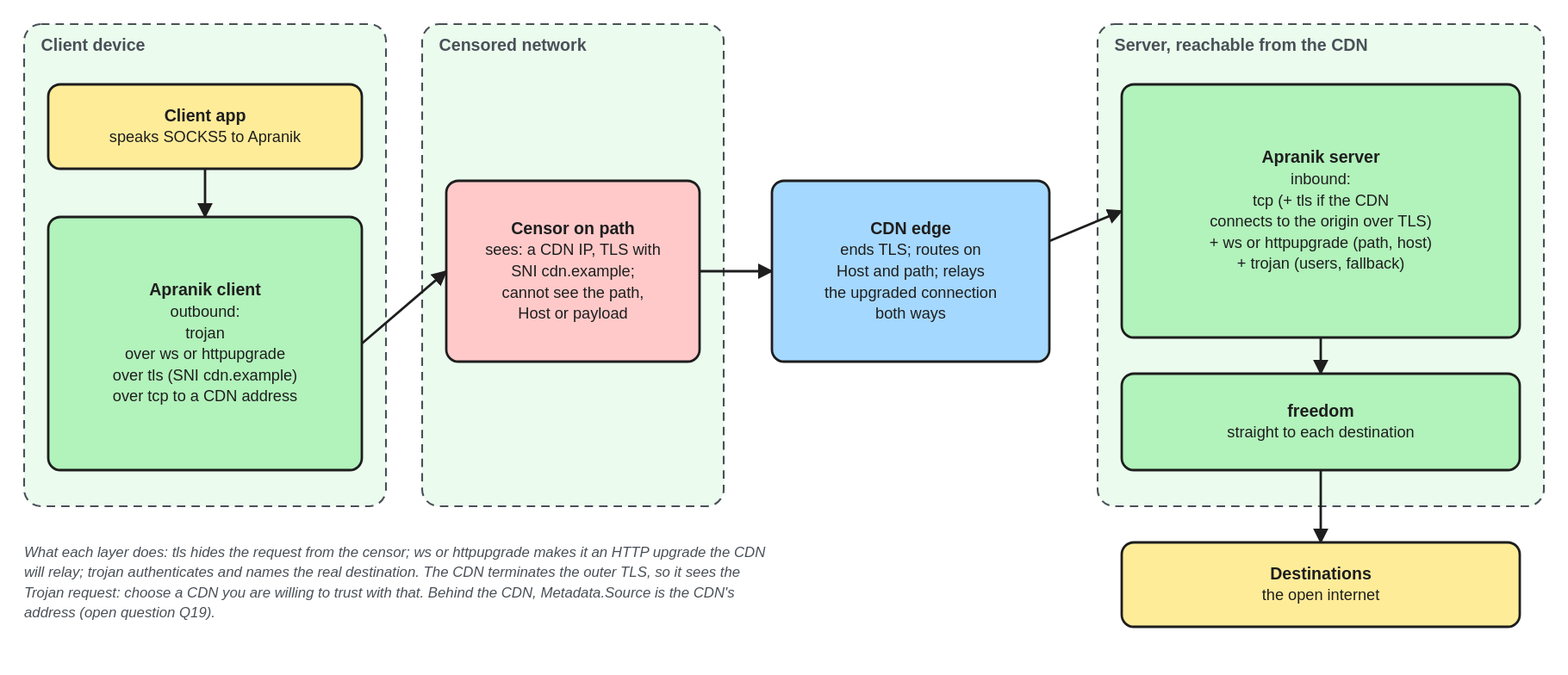
Above: docs/assets/diagrams/cdn-fronting.excalidraw.svg in we-apranik/apranik (Excalidraw), before the change. Source tidied: one line per element, renumbered; positions are measured from the earlier drawing's top-left corner, leaving out a move shared by most shapes.
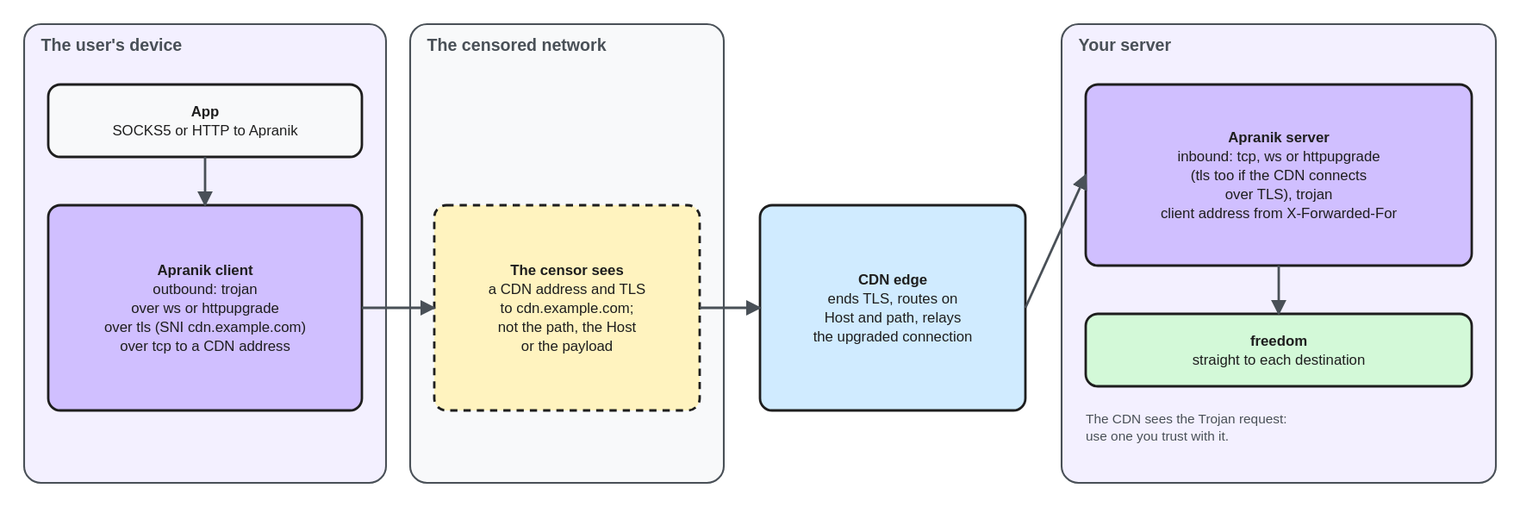
After the commit.

What changed in the source:
```diff
@@ -1,27 +1,24 @@
-{"id": 0, "type": "rectangle", "strokeColor": "#495057", "backgroundColor": "#ebfbee", "fillStyle": "solid", "strokeWidth": 1, "strokeStyle": "dashed", "roughness": 0, "round": true, "x": 0, "y": 0, "width": 300, "height": 400}
-{"id": 1, "type": "text", "text": "Client device", "strokeColor": "#495057", "strokeWidth": 2, "roughness": 0, "fontSize": 14, "fontFamily": 2, "verticalAlign": "middle", "x": 14, "y": 8, "width": 272, "height": 18}
-{"id": 2, "type": "rectangle", "strokeColor": "#1e1e1e", "backgroundColor": "#ffec99", "fillStyle": "solid", "strokeWidth": 2, "roughness": 0, "round": true, "x": 20, "y": 50, "width": 260, "height": 70}
-{"id": 3, "type": "text", "text": "Client app\nspeaks SOCKS5 to Apranik", "strokeColor": "#1e1e1e", "strokeWidth": 2, "roughness": 0, "fontSize": 13, "fontFamily": 2, "textAlign": "center", "verticalAlign": "middle", "inside": 2, "x": 20, "y": 50, "width": 260, "height": 32}
-{"id": 4, "type": "rectangle", "strokeColor": "#1e1e1e", "backgroundColor": "#b2f2bb", "fillStyle": "solid", "strokeWidth": 2, "roughness": 0, "round": true, "x": 20, "y": 160, "width": 260, "height": 210}
-{"id": 5, "type": "text", "text": "Apranik client\noutbound:\ntrojan\nover ws or httpupgrade\nover tls (SNI cdn.example)\nover tcp to a CDN address", "strokeColor": "#1e1e1e", "strokeWidth": 2, "roughness": 0, "fontSize": 13, "fontFamily": 2, "textAlign": "center", "verticalAlign": "middle", "inside": 4, "x": 20, "y": 160, "width": 260, "height": 98}
+{"id": 27, "type": "rectangle", "strokeColor": "#495057", "backgroundColor": "#f3f0ff", "fillStyle": "solid", "strokeWidth": 1, "roughness": 0, "round": true, "x": 0, "y": 0, "width": 300, "height": 380}
+{"id": 28, "type": "text", "text": "The user's device", "strokeColor": "#495057", "strokeWidth": 2, "roughness": 0, "fontSize": 14, "fontFamily": 2, "verticalAlign": "middle", "x": 14, "y": 8, "width": 272, "height": 18}
+{"id": 29, "type": "rectangle", "strokeColor": "#1e1e1e", "backgroundColor": "#f8f9fa", "fillStyle": "solid", "strokeWidth": 2, "roughness": 0, "round": true, "x": 20, "y": 50, "width": 260, "height": 60}
+{"id": 30, "type": "text", "text": "App\nSOCKS5 or HTTP to Apranik", "strokeColor": "#1e1e1e", "strokeWidth": 2, "roughness": 0, "fontSize": 12, "fontFamily": 2, "textAlign": "center", "verticalAlign": "middle", "inside": 29, "x": 20, "y": 65, "width": 260, "height": 30}
+{"id": 31, "type": "rectangle", "strokeColor": "#1e1e1e", "backgroundColor": "#d0bfff", "fillStyle": "solid", "strokeWidth": 2, "roughness": 0, "round": true, "x": 20, "y": 150, "width": 260, "height": 170}
+{"id": 32, "type": "text", "text": "Apranik client\noutbound: trojan\nover ws or httpupgrade\nover tls (SNI cdn.example.com)\nover tcp to a CDN address", "strokeColor": "#1e1e1e", "strokeWidth": 2, "roughness": 0, "fontSize": 12, "fontFamily": 2, "textAlign": "center", "verticalAlign": "middle", "inside": 31, "x": 20, "y": 198, "width": 260, "height": 75}
+{"id": 33, "type": "arrow", "strokeColor": "#495057", "strokeWidth": 2, "roughness": 0, "endArrowhead": "arrow", "from": 29, "to": 31, "x": 150, "y": 110, "width": 0, "height": 40, "points": [[0, 0], [0, 40]]}
+{"id": 34, "type": "rectangle", "strokeColor": "#495057", "backgroundColor": "#f8f9fa", "fillStyle": "solid", "strokeWidth": 1, "roughness": 0, "round": true, "x": 320, "y": 0, "width": 260, "height": 380}
+{"id": 35, "type": "text", "text": "The censored network", "strokeColor": "#495057", "strokeWidth": 2, "roughness": 0, "fontSize": 14, "fontFamily": 2, "verticalAlign": "middle", "x": 334, "y": 8, "width": 232, "height": 18}
+{"id": 36, "type": "rectangle", "strokeColor": "#1e1e1e", "backgroundColor": "#fff3bf", "fillStyle": "solid", "strokeWidth": 2, "strokeStyle": "dashed", "roughness": 0, "round": true, "x": 340, "y": 150, "width": 220, "height": 170}
+{"id": 37, "type": "text", "text": "The censor sees\na CDN address and TLS\nto cdn.example.com;\nnot the path, the Host\nor the payload", "strokeColor": "#1e1e1e", "strokeWidth": 2, "roughness": 0, "fontSize": 12, "fontFamily": 2, "textAlign": "center", "verticalAlign": "middle", "inside": 36, "x": 340, "y": 198, "width": 220, "height": 75}
+{"id": 38, "type": "rectangle", "strokeColor": "#1e1e1e", "backgroundColor": "#d0ebff", "fillStyle": "solid", "strokeWidth": 2, "roughness": 0, "round": true, "x": 610, "y": 150, "width": 220, "height": 170}
+{"id": 39, "type": "text", "text": "CDN edge\nends TLS, routes on\nHost and path, relays\nthe upgraded connection", "strokeColor": "#1e1e1e", "strokeWidth": 2, "roughness": 0, "fontSize": 12, "fontFamily": 2, "textAlign": "center", "verticalAlign": "middle", "inside": 38, "x": 610, "y": 205, "width": 220, "height": 60}
+{"id": 40, "type": "rectangle", "strokeColor": "#495057", "backgroundColor": "#f3f0ff", "fillStyle": "solid", "strokeWidth": 1, "roughness": 0, "round": true, "x": 860, "y": 0, "width": 360, "height": 380}
+{"id": 41, "type": "text", "text": "Your server", "strokeColor": "#495057", "strokeWidth": 2, "roughness": 0, "fontSize": 14, "fontFamily": 2, "verticalAlign": "middle", "x": 874, "y": 8, "width": 332, "height": 18}
+{"id": 42, "type": "rectangle", "strokeColor": "#1e1e1e", "backgroundColor": "#d0bfff", "fillStyle": "solid", "strokeWidth": 2, "roughness": 0, "round": true, "x": 880, "y": 50, "width": 320, "height": 150}
+{"id": 43, "type": "text", "text": "Apranik server\ninbound: tcp, ws or httpupgrade\n(tls too if the CDN connects\nover TLS), trojan\nclient address from X-Forwarded-For", "strokeColor": "#1e1e1e", "strokeWidth": 2, "roughness": 0, "fontSize": 12, "fontFamily": 2, "textAlign": "center", "verticalAlign": "middle", "inside": 42, "x": 880, "y": 88, "width": 320, "height": 75}
+{"id": 44, "type": "rectangle", "strokeColor": "#1e1e1e", "backgroundColor": "#d3f9d8", "fillStyle": "solid", "strokeWidth": 2, "roughness": 0, "round": true, "x": 880, "y": 240, "width": 320, "height": 60}
+{"id": 18, "type": "text", "text": "freedom\nstraight to each destination", "strokeColor": "#1e1e1e", "strokeWidth": 2, "roughness": 0, "fontSize": 12, "fontFamily": 2, "textAlign": "center", "verticalAlign": "middle", "inside": 44, "x": 880, "y": 255, "width": 320, "height": 30}
-{"id": 6, "type": "arrow", "strokeColor": "#1e1e1e", "strokeWidth": 2, "roughness": 0, "endArrowhead": "arrow", "from": 2, "to": 4, "x": 150, "y": 120, "width": 0, "height": 40, "points": [[0, 0], [0, 40]]}
+{"id": 6, "type": "arrow", "strokeColor": "#495057", "strokeWidth": 2, "roughness": 0, "endArrowhead": "arrow", "from": 31, "to": 36, "x": 280, "y": 235, "width": 60, "height": 0, "points": [[0, 0], [60, 0]]}
-{"id": 7, "type": "rectangle", "strokeColor": "#495057", "backgroundColor": "#ebfbee", "fillStyle": "solid", "strokeWidth": 1, "strokeStyle": "dashed", "roughness": 0, "round": true, "x": 330, "y": 0, "width": 250, "height": 400}
-{"id": 8, "type": "text", "text": "Censored network", "strokeColor": "#495057", "strokeWidth": 2, "roughness": 0, "fontSize": 14, "fontFamily": 2, "verticalAlign": "middle", "x": 344, "y": 8, "width": 222, "height": 18}
-{"id": 9, "type": "rectangle", "strokeColor": "#1e1e1e", "backgroundColor": "#ffc9c9", "fillStyle": "solid", "strokeWidth": 2, "roughness": 0, "round": true, "x": 350, "y": 130, "width": 210, "height": 150}
-{"id": 10, "type": "text", "text": "Censor on path\nsees: a CDN IP, TLS with\nSNI cdn.example;\ncannot see the path,\nHost or payload", "strokeColor": "#1e1e1e", "strokeWidth": 2, "roughness": 0, "fontSize": 13, "fontFamily": 2, "textAlign": "center", "verticalAlign": "middle", "inside": 9, "x": 350, "y": 130, "width": 210, "height": 81}
-{"id": 11, "type": "rectangle", "strokeColor": "#1e1e1e", "backgroundColor": "#a5d8ff", "fillStyle": "solid", "strokeWidth": 2, "roughness": 0, "round": true, "x": 620, "y": 130, "width": 230, "height": 150}
-{"id": 12, "type": "text", "text": "CDN edge\nends TLS; routes on\nHost and path; relays\nthe upgraded connection\nboth ways", "strokeColor": "#1e1e1e", "strokeWidth": 2, "roughness": 0, "fontSize": 13, "fontFamily": 2, "textAlign": "center", "verticalAlign": "middle", "inside": 11, "x": 620, "y": 130, "width": 230, "height": 81}
-{"id": 13, "type": "rectangle", "strokeColor": "#495057", "backgroundColor": "#ebfbee", "fillStyle": "solid", "strokeWidth": 1, "strokeStyle": "dashed", "roughness": 0, "round": true, "x": 890, "y": 0, "width": 370, "height": 400}
-{"id": 14, "type": "text", "text": "Server, reachable from the CDN", "strokeColor": "#495057", "strokeWidth": 2, "roughness": 0, "fontSize": 14, "fontFamily": 2, "verticalAlign": "middle", "x": 904, "y": 8, "width": 342, "height": 18}
-{"id": 15, "type": "rectangle", "strokeColor": "#1e1e1e", "backgroundColor": "#b2f2bb", "fillStyle": "solid", "strokeWidth": 2, "roughness": 0, "round": true, "x": 910, "y": 50, "width": 330, "height": 210}
-{"id": 16, "type": "text", "text": "Apranik server\ninbound:\ntcp (+ tls if the CDN\nconnects to the origin over TLS)\n+ ws or httpupgrade (path, host)\n+ trojan (users, fallback)", "strokeColor": "#1e1e1e", "strokeWidth": 2, "roughness": 0, "fontSize": 13, "fontFamily": 2, "textAlign": "center", "verticalAlign": "middle", "inside": 15, "x": 910, "y": 50, "width": 330, "height": 98}
-{"id": 17, "type": "rectangle", "strokeColor": "#1e1e1e", "backgroundColor": "#b2f2bb", "fillStyle": "solid", "strokeWidth": 2, "roughness": 0, "round": true, "x": 910, "y": 290, "width": 330, "height": 80}
-{"id": 18, "type": "text", "text": "freedom\nstraight to each destination", "strokeColor": "#1e1e1e", "strokeWidth": 2, "roughness": 0, "fontSize": 13, "fontFamily": 2, "textAlign": "center", "verticalAlign": "middle", "inside": 17, "x": 910, "y": 290, "width": 330, "height": 32}
-{"id": 19, "type": "arrow", "strokeColor": "#1e1e1e", "strokeWidth": 2, "roughness": 0, "endArrowhead": "arrow", "from": 4, "to": 9, "x": 280, "y": 265, "width": 70, "height": 60, "points": [[0, 0], [70, -60]]}
+{"id": 19, "type": "arrow", "strokeColor": "#495057", "strokeWidth": 2, "roughness": 0, "endArrowhead": "arrow", "from": 36, "to": 38, "x": 560, "y": 235, "width": 50, "height": 0, "points": [[0, 0], [50, 0]]}
-{"id": 20, "type": "arrow", "strokeColor": "#1e1e1e", "strokeWidth": 2, "roughness": 0, "endArrowhead": "arrow", "from": 9, "to": 11, "x": 560, "y": 205, "width": 60, "height": 0, "points": [[0, 0], [60, 0]]}
+{"id": 20, "type": "arrow", "strokeColor": "#495057", "strokeWidth": 2, "roughness": 0, "endArrowhead": "arrow", "from": 38, "to": 42, "x": 830, "y": 235, "width": 50, "height": 110, "points": [[0, 0], [50, -110]]}
-{"id": 21, "type": "arrow", "strokeColor": "#1e1e1e", "strokeWidth": 2, "roughness": 0, "endArrowhead": "arrow", "from": 11, "to": 15, "x": 850, "y": 180, "width": 60, "height": 25, "points": [[0, 0], [60, -25]]}
+{"id": 21, "type": "arrow", "strokeColor": "#495057", "strokeWidth": 2, "roughness": 0, "endArrowhead": "arrow", "from": 42, "to": 44, "x": 1040, "y": 200, "width": 0, "height": 40, "points": [[0, 0], [0, 40]]}
-{"id": 22, "type": "arrow", "strokeColor": "#1e1e1e", "strokeWidth": 2, "roughness": 0, "endArrowhead": "arrow", "from": 15, "to": 17, "x": 1075, "y": 260, "width": 0, "height": 30, "points": [[0, 0], [0, 30]]}
-{"id": 23, "type": "rectangle", "strokeColor": "#1e1e1e", "backgroundColor": "#ffec99", "fillStyle": "solid", "strokeWidth": 2, "roughness": 0, "round": true, "x": 910, "y": 430, "width": 330, "height": 70}
-{"id": 24, "type": "text", "text": "Destinations\nthe open internet", "strokeColor": "#1e1e1e", "strokeWidth": 2, "roughness": 0, "fontSize": 13, "fontFamily": 2, "textAlign": "center", "verticalAlign": "middle", "inside": 23, "x": 910, "y": 430, "width": 330, "height": 32}
-{"id": 25, "type": "arrow", "strokeColor": "#1e1e1e", "strokeWidth": 2, "roughness": 0, "endArrowhead": "arrow", "from": 17, "to": 23, "x": 1075, "y": 370, "width": 0, "height": 60, "points": [[0, 0], [0, 60]]}
-{"id": 26, "type": "text", "text": "What each layer does: tls hides the request from the censor; ws or httpupgrade makes it an HTTP upgrade the CDN\nwill relay; trojan authenticates and names the real destination. The CDN terminates the outer TLS, so it sees the\nTrojan request: choose a CDN you are willing to trust with that. Behind the CDN, Metadata.Source is the CDN's\naddress (open question Q19).", "strokeColor": "#495057", "strokeWidth": 2, "roughness": 0, "fontSize": 12, "fontFamily": 2, "verticalAlign": "middle", "x": 0, "y": 430, "width": 880, "height": 60}
+{"id": 45, "type": "text", "text": "The CDN sees the Trojan request:\nuse one you trust with it.", "strokeColor": "#495057", "strokeWidth": 2, "roughness": 0, "fontSize": 11, "fontFamily": 2, "verticalAlign": "middle", "x": 880, "y": 320, "width": 194, "height": 28}
```
